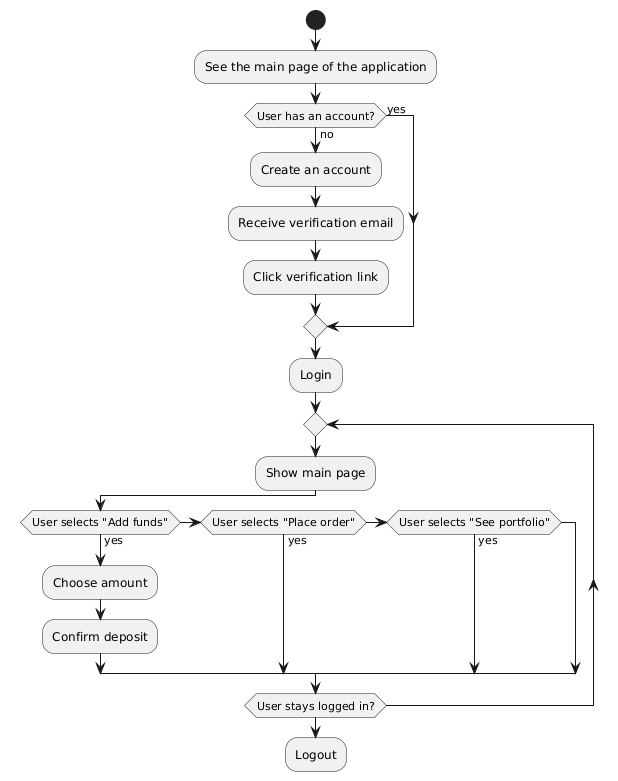
William-Lavoie/BrokerX keeps this PlantUML diagram as documentation/images/activity.png. Above is the earlier version.
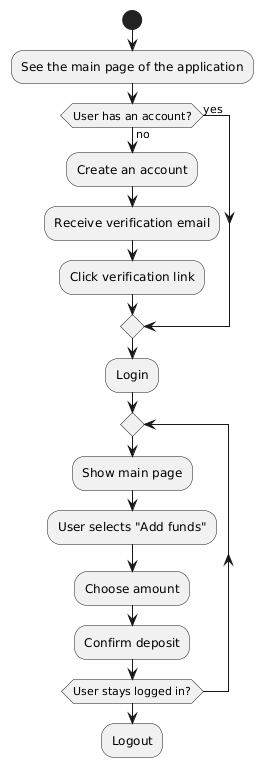
The same file after the commit.

What changed in the source:
```diff
@@ -13,12 +13,10 @@
 
 repeat
   :Show main page;
-  if (User selects "Add funds") then (yes)
-    :Choose amount;
-    :Confirm deposit;
-  elseif (User selects "Place order") then (yes)
-  elseif (User selects "See portfolio") then (yes)
-  endif
+  :User selects "Add funds";
+  :Choose amount;
+  :Confirm deposit;
+
 repeat while (User stays logged in?)
 :Logout;
 @enduml
```
